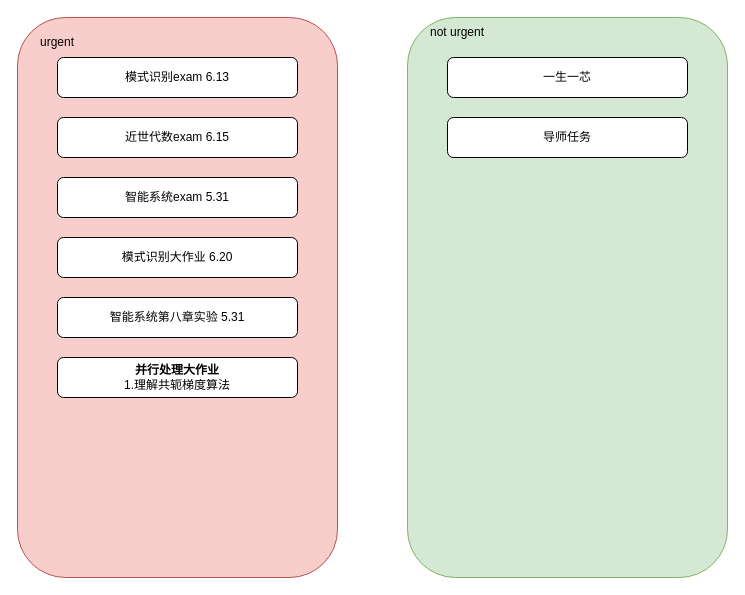
Earlier version of the draw.io diagram todo work.drawio (DavidZyy/drawio_repo). Source tidied: cells renumbered, new cells numbered last; positions are measured from the earlier drawing's top-left corner, leaving out a move shared by most shapes. Both pictures are drawn from the tidied source at 100%, with x=0, y=0 at pixel (17, 17).
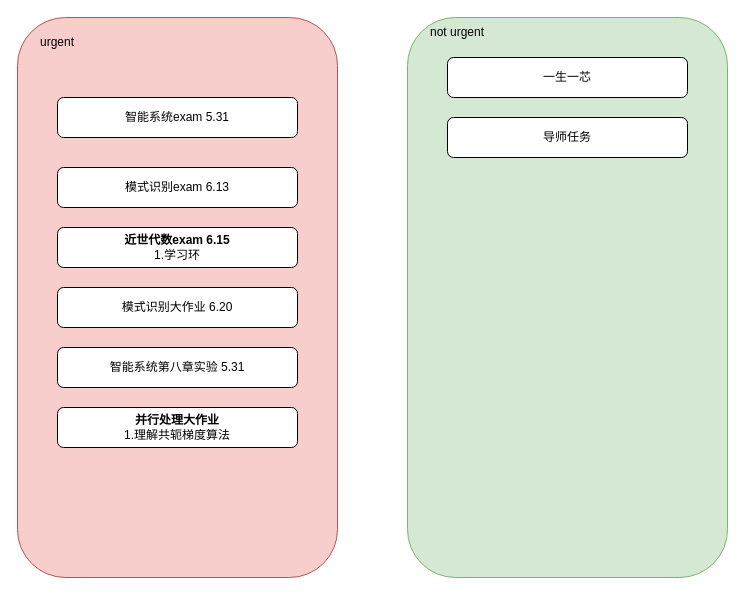
The same page after the edit.

Diff of the diagram source:
```diff
@@
 <mxGraphModel>
   <root>
     <mxCell id="0" />
     <mxCell id="1" parent="0" />
     <mxCell id="2" style="rounded=1;whiteSpace=wrap;html=1;fillColor=#f8cecc;strokeColor=#b85450;" parent="1" vertex="1">
       <mxGeometry width="320" height="560" as="geometry" />
     </mxCell>
     <mxCell id="3" value="urgent" style="text;strokeColor=none;align=center;fillColor=none;html=1;verticalAlign=middle;whiteSpace=wrap;rounded=0;" parent="1" vertex="1">
       <mxGeometry x="10" y="10" width="60" height="30" as="geometry" />
     </mxCell>
     <mxCell id="4" style="rounded=1;whiteSpace=wrap;html=1;fillColor=#d5e8d4;strokeColor=#82b366;" parent="1" vertex="1">
       <mxGeometry x="390" width="320" height="560" as="geometry" />
     </mxCell>
     <mxCell id="5" value="not urgent" style="text;strokeColor=none;align=center;fillColor=none;html=1;verticalAlign=middle;whiteSpace=wrap;rounded=0;" parent="1" vertex="1">
       <mxGeometry x="410" width="60" height="30" as="geometry" />
     </mxCell>
     <mxCell id="6" value="模式识别exam 6.13" style="rounded=1;whiteSpace=wrap;html=1;" parent="1" vertex="1">
-      <mxGeometry x="40" y="40" width="240" height="40" as="geometry" />
+      <mxGeometry x="40" y="150" width="240" height="40" as="geometry" />
     </mxCell>
     <mxCell id="7" value="智能系统exam 5.31" style="rounded=1;whiteSpace=wrap;html=1;" parent="1" vertex="1">
-      <mxGeometry x="40" y="160" width="240" height="40" as="geometry" />
+      <mxGeometry x="40" y="80" width="240" height="40" as="geometry" />
     </mxCell>
-    <mxCell id="8" value="近世代数exam 6.15" style="rounded=1;whiteSpace=wrap;html=1;" parent="1" vertex="1">
-      <mxGeometry x="40" y="100" width="240" height="40" as="geometry" />
+    <mxCell id="8" value="&lt;b&gt;近世代数exam 6.15&lt;/b&gt;&lt;div&gt;1.学习环&lt;/div&gt;" style="rounded=1;whiteSpace=wrap;html=1;" parent="1" vertex="1">
+      <mxGeometry x="40" y="210" width="240" height="40" as="geometry" />
     </mxCell>
     <mxCell id="9" value="模式识别大作业 6.20" style="rounded=1;whiteSpace=wrap;html=1;" parent="1" vertex="1">
-      <mxGeometry x="40" y="220" width="240" height="40" as="geometry" />
+      <mxGeometry x="40" y="270" width="240" height="40" as="geometry" />
     </mxCell>
     <mxCell id="10" value="智能系统第八章实验 5.31" style="rounded=1;whiteSpace=wrap;html=1;" parent="1" vertex="1">
-      <mxGeometry x="40" y="280" width="240" height="40" as="geometry" />
+      <mxGeometry x="40" y="330" width="240" height="40" as="geometry" />
     </mxCell>
     <mxCell id="11" value="一生一芯" style="rounded=1;whiteSpace=wrap;html=1;" parent="1" vertex="1">
       <mxGeometry x="430" y="40" width="240" height="40" as="geometry" />
     </mxCell>
     <mxCell id="12" value="导师任务" style="rounded=1;whiteSpace=wrap;html=1;" parent="1" vertex="1">
       <mxGeometry x="430" y="100" width="240" height="40" as="geometry" />
     </mxCell>
     <mxCell id="13" value="&lt;b&gt;并行处理大作业&lt;/b&gt;&lt;div&gt;1.理解共轭梯度算法&lt;/div&gt;" style="rounded=1;whiteSpace=wrap;html=1;" parent="1" vertex="1">
-      <mxGeometry x="40" y="340" width="240" height="40" as="geometry" />
+      <mxGeometry x="40" y="390" width="240" height="40" as="geometry" />
     </mxCell>
   </root>
 </mxGraphModel>
```
